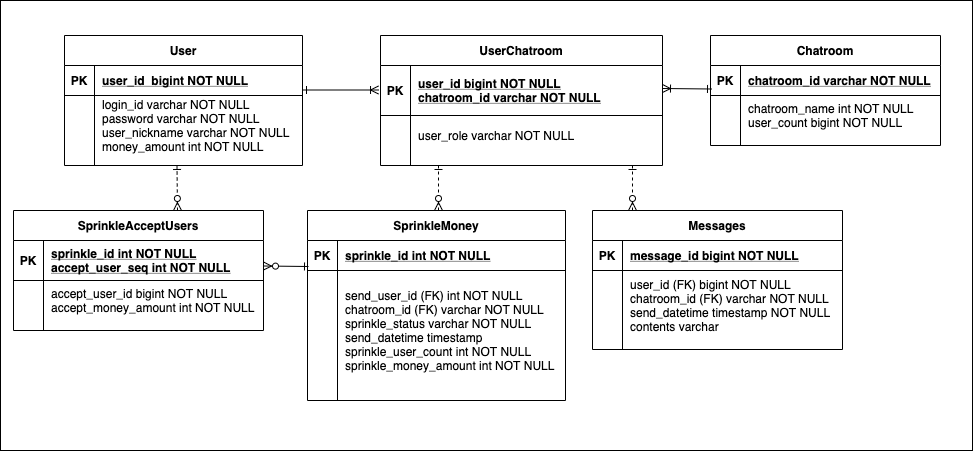
Above: img/kakaopay-sprinkemoney-ERD.png in incheol77/kakaopay-sprinklingmoney (draw.io), before the change. Source tidied: cells renumbered, new cells last; positions are measured from the earlier drawing's top-left corner, leaving out a move shared by most shapes.
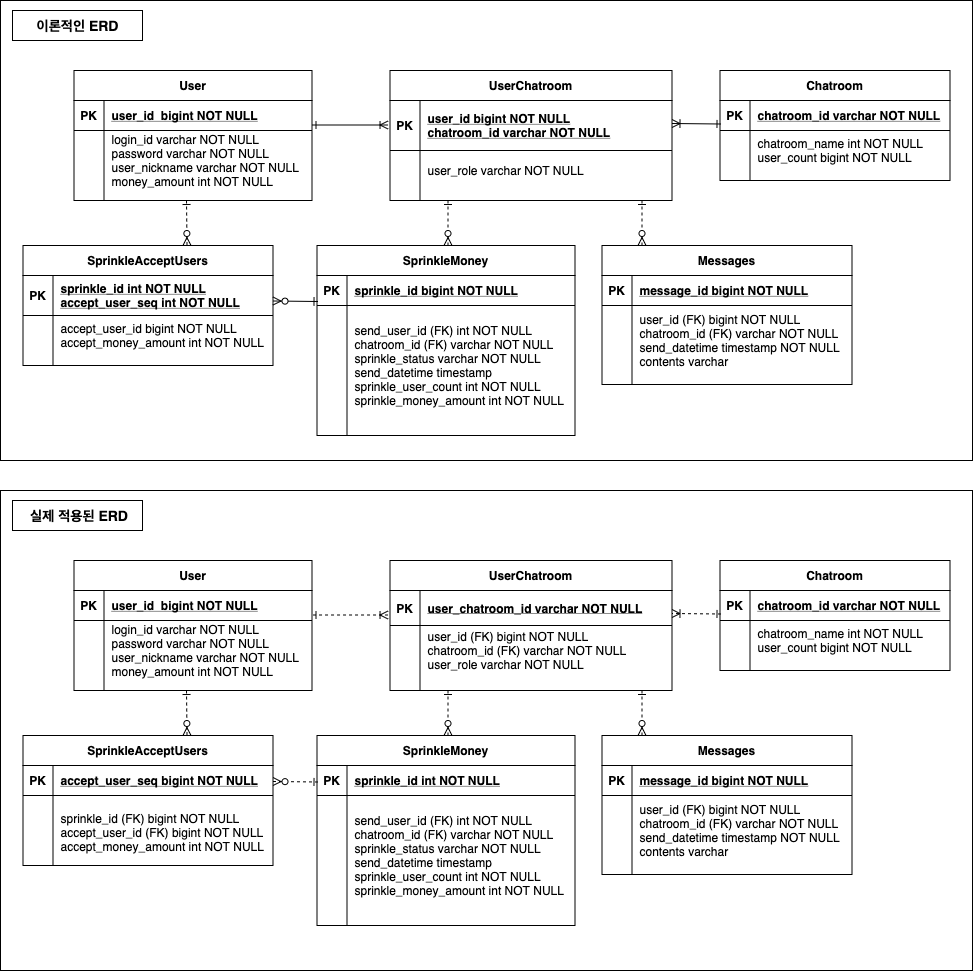
After the change.

Commit message:
docs : README.me 에 데이터 모델 변경에 대한 설명 추가

- '참여대화방' 의 식별자 구성 변경에 대한 이론적인 설명과 현실적인 대안 설명추가
	(기존 ERD 와 별도로, 변경한 '현실적인 ERD' 를 추가)
- '뿌리기받은사용자' 를 별도 엔티티로 분리한 이유에 대한 설명 추가

What changed in the source:
```diff
@@ -3,7 +3,7 @@
     <mxCell id="0" />
     <mxCell id="1" parent="0" />
     <mxCell id="2" style="rounded=0;whiteSpace=wrap;html=1;" parent="1" vertex="1">
-      <mxGeometry width="972" height="450" as="geometry" />
+      <mxGeometry x="-9.5" y="-35" width="972" height="460" as="geometry" />
     </mxCell>
     <mxCell id="3" value="UserChatroom" style="shape=table;startSize=30;rowLines=0;fontStyle=1;align=center;" parent="1" vertex="1">
       <mxGeometry x="380" y="35" width="282" height="130" as="geometry" />
@@ -77,7 +77,7 @@
     <mxCell id="26" value="PK" style="shape=partialRectangle;overflow=hidden;fillColor=none;top=0;left=0;bottom=0;right=0;fontStyle=1;" parent="25" vertex="1">
       <mxGeometry width="30" height="30" as="geometry" />
     </mxCell>
-    <mxCell id="27" value="sprinkle_id int NOT NULL" style="shape=partialRectangle;overflow=hidden;fillColor=none;top=0;left=0;bottom=0;right=0;align=left;spacingLeft=6;fontStyle=5;" parent="25" vertex="1">
+    <mxCell id="27" value="sprinkle_id bigint NOT NULL" style="shape=partialRectangle;overflow=hidden;fillColor=none;top=0;left=0;bottom=0;right=0;align=left;spacingLeft=6;fontStyle=5;" parent="25" vertex="1">
       <mxGeometry x="30" width="228" height="30" as="geometry" />
     </mxCell>
     <mxCell id="28" style="shape=partialRectangle;fillColor=none;top=0;left=0;right=0;bottom=0;" parent="24" vertex="1">
@@ -167,5 +167,182 @@
         <mxPoint x="632" y="165" as="targetPoint" />
       </mxGeometry>
     </mxCell>
+    <mxCell id="51" style="rounded=0;whiteSpace=wrap;html=1;" parent="1" vertex="1">
+      <mxGeometry x="-9.5" y="455" width="972" height="480" as="geometry" />
+    </mxCell>
+    <mxCell id="52" value="UserChatroom" style="shape=table;startSize=30;rowLines=0;fontStyle=1;align=center;" parent="1" vertex="1">
+      <mxGeometry x="380" y="525" width="282" height="130" as="geometry" />
+    </mxCell>
+    <mxCell id="53" style="shape=partialRectangle;fillColor=none;top=0;left=0;right=0;bottom=1;" parent="52" vertex="1">
+      <mxGeometry y="30" width="282" height="35" as="geometry" />
+    </mxCell>
+    <mxCell id="54" value="PK" style="shape=partialRectangle;overflow=hidden;fillColor=none;top=0;left=0;bottom=0;right=0;fontStyle=1;" parent="53" vertex="1">
+      <mxGeometry width="30" height="35" as="geometry" />
+    </mxCell>
+    <mxCell id="55" value="user_chatroom_id varchar NOT NULL" style="shape=partialRectangle;overflow=hidden;fillColor=none;top=0;left=0;bottom=0;right=0;align=left;spacingLeft=6;fontStyle=5;" parent="53" vertex="1">
+      <mxGeometry x="30" width="252" height="35" as="geometry" />
+    </mxCell>
+    <mxCell id="56" style="shape=partialRectangle;fillColor=none;top=0;left=0;right=0;bottom=0;" parent="52" vertex="1">
+      <mxGeometry y="65" width="282" height="50" as="geometry" />
+    </mxCell>
+    <mxCell id="57" style="shape=partialRectangle;overflow=hidden;fillColor=none;top=0;left=0;bottom=0;right=0;" parent="56" vertex="1">
+      <mxGeometry width="30" height="50" as="geometry" />
+    </mxCell>
+    <mxCell id="58" value="user_id (FK) bigint NOT NULL&#10;chatroom_id (FK) varchar NOT NULL&#10;user_role varchar NOT NULL" style="shape=partialRectangle;overflow=hidden;fillColor=none;top=0;left=0;bottom=0;right=0;align=left;spacingLeft=6;" parent="56" vertex="1">
+      <mxGeometry x="30" width="252" height="50" as="geometry" />
+    </mxCell>
+    <mxCell id="59" value="Chatroom" style="shape=table;startSize=30;rowLines=0;fontStyle=1;align=center;" parent="1" vertex="1">
+      <mxGeometry x="710" y="525" width="230" height="110" as="geometry" />
+    </mxCell>
+    <mxCell id="60" style="shape=partialRectangle;fillColor=none;top=0;left=0;right=0;bottom=1;" parent="59" vertex="1">
+      <mxGeometry y="30" width="230" height="30" as="geometry" />
+    </mxCell>
+    <mxCell id="61" value="PK" style="shape=partialRectangle;overflow=hidden;fillColor=none;top=0;left=0;bottom=0;right=0;fontStyle=1;" parent="60" vertex="1">
+      <mxGeometry width="30" height="30" as="geometry" />
+    </mxCell>
+    <mxCell id="62" value="chatroom_id varchar NOT NULL " style="shape=partialRectangle;overflow=hidden;fillColor=none;top=0;left=0;bottom=0;right=0;align=left;spacingLeft=6;fontStyle=5;" parent="60" vertex="1">
+      <mxGeometry x="30" width="200" height="30" as="geometry" />
+    </mxCell>
+    <mxCell id="63" style="shape=partialRectangle;fillColor=none;top=0;left=0;right=0;bottom=0;" parent="59" vertex="1">
+      <mxGeometry y="60" width="230" height="40" as="geometry" />
+    </mxCell>
+    <mxCell id="64" style="shape=partialRectangle;overflow=hidden;fillColor=none;top=0;left=0;bottom=0;right=0;" parent="63" vertex="1">
+      <mxGeometry width="30" height="40" as="geometry" />
+    </mxCell>
+    <mxCell id="65" value="chatroom_name int NOT NULL&#10;user_count bigint NOT NULL" style="shape=partialRectangle;overflow=hidden;fillColor=none;top=0;left=0;bottom=0;right=0;align=left;spacingLeft=6;" parent="63" vertex="1">
+      <mxGeometry x="30" width="200" height="40" as="geometry" />
+    </mxCell>
+    <mxCell id="66" value="User" style="shape=table;startSize=30;rowLines=0;fontStyle=1;align=center;" parent="1" vertex="1">
+      <mxGeometry x="64" y="525" width="238" height="130" as="geometry" />
+    </mxCell>
+    <mxCell id="67" style="shape=partialRectangle;fillColor=none;top=0;left=0;right=0;bottom=1;" parent="66" vertex="1">
+      <mxGeometry y="30" width="238" height="30" as="geometry" />
+    </mxCell>
+    <mxCell id="68" value="PK" style="shape=partialRectangle;overflow=hidden;fillColor=none;top=0;left=0;bottom=0;right=0;fontStyle=1;" parent="67" vertex="1">
+      <mxGeometry width="30" height="30" as="geometry" />
+    </mxCell>
+    <mxCell id="69" value="user_id  bigint NOT NULL " style="shape=partialRectangle;overflow=hidden;fillColor=none;top=0;left=0;bottom=0;right=0;align=left;spacingLeft=6;fontStyle=5;" parent="67" vertex="1">
+      <mxGeometry x="30" width="208" height="30" as="geometry" />
+    </mxCell>
+    <mxCell id="70" style="shape=partialRectangle;fillColor=none;top=0;left=0;right=0;bottom=0;" parent="66" vertex="1">
+      <mxGeometry y="60" width="238" height="60" as="geometry" />
+    </mxCell>
+    <mxCell id="71" style="shape=partialRectangle;overflow=hidden;fillColor=none;top=0;left=0;bottom=0;right=0;" parent="70" vertex="1">
+      <mxGeometry width="30" height="60" as="geometry" />
+    </mxCell>
+    <mxCell id="72" value="login_id varchar NOT NULL&#10;password varchar NOT NULL&#10;user_nickname varchar NOT NULL&#10;money_amount int NOT NULL" style="shape=partialRectangle;overflow=hidden;fillColor=none;top=0;left=0;bottom=0;right=0;align=left;spacingLeft=6;" parent="70" vertex="1">
+      <mxGeometry x="30" width="208" height="60" as="geometry" />
+    </mxCell>
+    <mxCell id="73" value="SprinkleMoney" style="shape=table;startSize=30;rowLines=0;fontStyle=1;align=center;" parent="1" vertex="1">
+      <mxGeometry x="307" y="700" width="258" height="190" as="geometry" />
+    </mxCell>
+    <mxCell id="74" style="shape=partialRectangle;fillColor=none;top=0;left=0;right=0;bottom=1;" parent="73" vertex="1">
+      <mxGeometry y="30" width="258" height="30" as="geometry" />
+    </mxCell>
+    <mxCell id="75" value="PK" style="shape=partialRectangle;overflow=hidden;fillColor=none;top=0;left=0;bottom=0;right=0;fontStyle=1;" parent="74" vertex="1">
+      <mxGeometry width="30" height="30" as="geometry" />
+    </mxCell>
+    <mxCell id="76" value="sprinkle_id int NOT NULL" style="shape=partialRectangle;overflow=hidden;fillColor=none;top=0;left=0;bottom=0;right=0;align=left;spacingLeft=6;fontStyle=5;" parent="74" vertex="1">
+      <mxGeometry x="30" width="228" height="30" as="geometry" />
+    </mxCell>
+    <mxCell id="77" style="shape=partialRectangle;fillColor=none;top=0;left=0;right=0;bottom=0;" parent="73" vertex="1">
+      <mxGeometry y="60" width="258" height="120" as="geometry" />
+    </mxCell>
+    <mxCell id="78" style="shape=partialRectangle;overflow=hidden;fillColor=none;top=0;left=0;bottom=0;right=0;" parent="77" vertex="1">
+      <mxGeometry width="30" height="120" as="geometry" />
+    </mxCell>
+    <mxCell id="79" value="send_user_id (FK) int NOT NULL&#10;chatroom_id (FK) varchar NOT NULL&#10;sprinkle_status varchar NOT NULL&#10;send_datetime timestamp&#10;sprinkle_user_count int NOT NULL &#10;sprinkle_money_amount int NOT NULL" style="shape=partialRectangle;overflow=hidden;fillColor=none;top=0;left=0;bottom=0;right=0;align=left;spacingLeft=6;" parent="77" vertex="1">
+      <mxGeometry x="30" width="228" height="120" as="geometry" />
+    </mxCell>
+    <mxCell id="80" style="endArrow=ERone;startArrow=ERzeroToMany;html=1;endFill=0;startFill=1;dashed=1;" parent="1" edge="1">
+      <mxGeometry relative="1" as="geometry">
+        <mxPoint x="438" y="700" as="sourcePoint" />
+        <mxPoint x="438" y="655" as="targetPoint" />
+      </mxGeometry>
+    </mxCell>
+    <mxCell id="81" style="endArrow=ERone;startArrow=ERoneToMany;html=1;endFill=0;startFill=0;dashed=1;" parent="1" edge="1">
+      <mxGeometry relative="1" as="geometry">
+        <mxPoint x="378" y="579.5" as="sourcePoint" />
+        <mxPoint x="302" y="579.5" as="targetPoint" />
+      </mxGeometry>
+    </mxCell>
+    <mxCell id="82" style="endArrow=ERoneToMany;startArrow=ERone;html=1;endFill=0;startFill=0;dashed=1;" parent="1" edge="1">
+      <mxGeometry relative="1" as="geometry">
+        <mxPoint x="711" y="578.5" as="sourcePoint" />
+        <mxPoint x="662" y="578" as="targetPoint" />
+      </mxGeometry>
+    </mxCell>
+    <mxCell id="83" value="Messages" style="shape=table;startSize=30;rowLines=0;fontStyle=1;align=center;" parent="1" vertex="1">
+      <mxGeometry x="592" y="700" width="250" height="139" as="geometry" />
+    </mxCell>
+    <mxCell id="84" style="shape=partialRectangle;fillColor=none;top=0;left=0;right=0;bottom=1;" parent="83" vertex="1">
+      <mxGeometry y="30" width="250" height="30" as="geometry" />
+    </mxCell>
+    <mxCell id="85" value="PK" style="shape=partialRectangle;overflow=hidden;fillColor=none;top=0;left=0;bottom=0;right=0;fontStyle=1;" parent="84" vertex="1">
+      <mxGeometry width="30" height="30" as="geometry" />
+    </mxCell>
+    <mxCell id="86" value="message_id bigint NOT NULL" style="shape=partialRectangle;overflow=hidden;fillColor=none;top=0;left=0;bottom=0;right=0;align=left;spacingLeft=6;fontStyle=5;" parent="84" vertex="1">
+      <mxGeometry x="30" width="220" height="30" as="geometry" />
+    </mxCell>
+    <mxCell id="87" style="shape=partialRectangle;fillColor=none;top=0;left=0;right=0;bottom=0;" parent="83" vertex="1">
+      <mxGeometry y="60" width="250" height="69" as="geometry" />
+    </mxCell>
+    <mxCell id="88" style="shape=partialRectangle;overflow=hidden;fillColor=none;top=0;left=0;bottom=0;right=0;" parent="87" vertex="1">
+      <mxGeometry width="30" height="69" as="geometry" />
+    </mxCell>
+    <mxCell id="89" value="user_id (FK) bigint NOT NULL&#10;chatroom_id (FK) varchar NOT NULL&#10;send_datetime timestamp NOT NULL&#10;contents varchar" style="shape=partialRectangle;overflow=hidden;fillColor=none;top=0;left=0;bottom=0;right=0;align=left;spacingLeft=6;" parent="87" vertex="1">
+      <mxGeometry x="30" width="220" height="69" as="geometry" />
+    </mxCell>
+    <mxCell id="90" value="SprinkleAcceptUsers" style="shape=table;startSize=30;rowLines=0;fontStyle=1;align=center;" parent="1" vertex="1">
+      <mxGeometry x="13" y="700" width="250" height="130" as="geometry" />
+    </mxCell>
+    <mxCell id="91" style="shape=partialRectangle;fillColor=none;top=0;left=0;right=0;bottom=1;" parent="90" vertex="1">
+      <mxGeometry y="30" width="250" height="30" as="geometry" />
+    </mxCell>
+    <mxCell id="92" value="PK" style="shape=partialRectangle;overflow=hidden;fillColor=none;top=0;left=0;bottom=0;right=0;fontStyle=1;" parent="91" vertex="1">
+      <mxGeometry width="30" height="30" as="geometry" />
+    </mxCell>
+    <mxCell id="93" value="accept_user_seq bigint NOT NULL" style="shape=partialRectangle;overflow=hidden;fillColor=none;top=0;left=0;bottom=0;right=0;align=left;spacingLeft=6;fontStyle=5;" parent="91" vertex="1">
+      <mxGeometry x="30" width="220" height="30" as="geometry" />
+    </mxCell>
+    <mxCell id="94" style="shape=partialRectangle;fillColor=none;top=0;left=0;right=0;bottom=0;" parent="90" vertex="1">
+      <mxGeometry y="60" width="250" height="60" as="geometry" />
+    </mxCell>
+    <mxCell id="95" style="shape=partialRectangle;overflow=hidden;fillColor=none;top=0;left=0;bottom=0;right=0;" parent="94" vertex="1">
+      <mxGeometry width="30" height="60" as="geometry" />
+    </mxCell>
+    <mxCell id="96" value="&#10;sprinkle_id (FK) bigint NOT NULL&#10;accept_user_id (FK) bigint NOT NULL&#10;accept_money_amount int NOT NULL" style="shape=partialRectangle;overflow=hidden;fillColor=none;top=0;left=0;bottom=0;right=0;align=left;spacingLeft=6;" parent="94" vertex="1">
+      <mxGeometry x="30" width="220" height="60" as="geometry" />
+    </mxCell>
+    <mxCell id="97" style="endArrow=ERone;startArrow=ERzeroToMany;html=1;endFill=0;startFill=1;dashed=1;" parent="1" edge="1">
+      <mxGeometry relative="1" as="geometry">
+        <mxPoint x="177" y="700" as="sourcePoint" />
+        <mxPoint x="176.5" y="655" as="targetPoint" />
+      </mxGeometry>
+    </mxCell>
+    <mxCell id="98" style="endArrow=ERzeroToMany;startArrow=ERone;html=1;endFill=1;startFill=0;dashed=1;" parent="1" edge="1">
+      <mxGeometry relative="1" as="geometry">
+        <mxPoint x="308" y="746.5" as="sourcePoint" />
+        <mxPoint x="263" y="746" as="targetPoint" />
+      </mxGeometry>
+    </mxCell>
+    <mxCell id="99" style="endArrow=ERone;startArrow=ERzeroToMany;html=1;endFill=0;startFill=1;dashed=1;" parent="1" edge="1">
+      <mxGeometry relative="1" as="geometry">
+        <mxPoint x="632" y="700" as="sourcePoint" />
+        <mxPoint x="632" y="655" as="targetPoint" />
+      </mxGeometry>
+    </mxCell>
+    <mxCell id="100" style="rounded=0;whiteSpace=wrap;html=1;" parent="1" vertex="1">
+      <mxGeometry x="2.5" y="-25" width="130" height="30" as="geometry" />
+    </mxCell>
+    <mxCell id="101" value="이론적인 ERD" style="text;html=1;strokeColor=none;fillColor=none;align=center;verticalAlign=middle;whiteSpace=wrap;rounded=0;fontStyle=1;fontSize=14;" parent="1" vertex="1">
+      <mxGeometry x="25" y="-20" width="85" height="20" as="geometry" />
+    </mxCell>
+    <mxCell id="102" style="rounded=0;whiteSpace=wrap;html=1;" parent="1" vertex="1">
+      <mxGeometry x="2.5" y="465" width="130" height="30" as="geometry" />
+    </mxCell>
+    <mxCell id="103" value="실제 적용된 ERD" style="text;html=1;strokeColor=none;fillColor=none;align=center;verticalAlign=middle;whiteSpace=wrap;rounded=0;fontStyle=1;fontSize=14;" parent="1" vertex="1">
+      <mxGeometry x="15" y="470" width="107.5" height="20" as="geometry" />
+    </mxCell>
   </root>
 </mxGraphModel>
```
